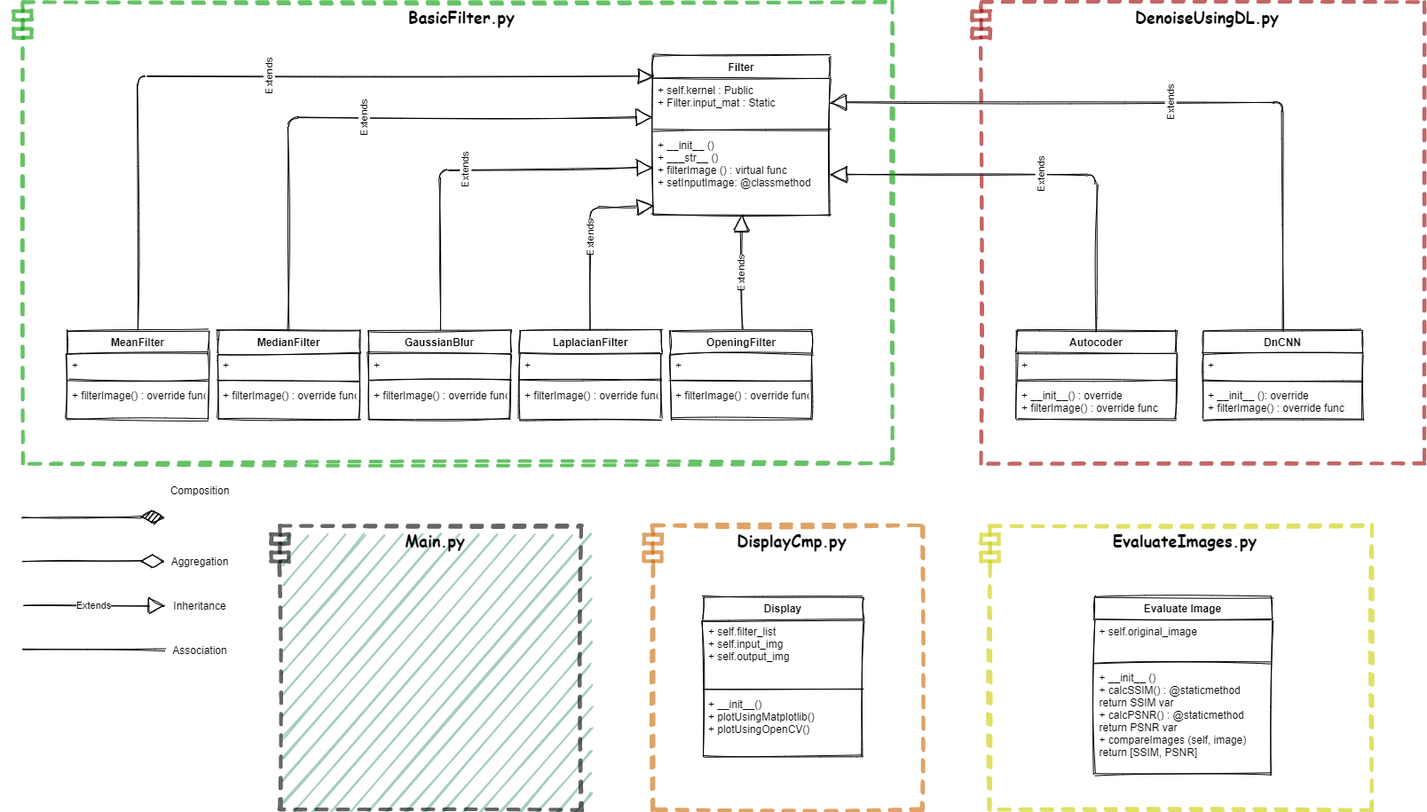
The draw.io diagram Resource/Class Diagram.png in Thai-VuDuc169/DenoisingImage, before a commit. Source tidied: cells renumbered, new cells last; positions are measured from the earlier drawing's top-left corner, leaving out a move shared by most shapes.
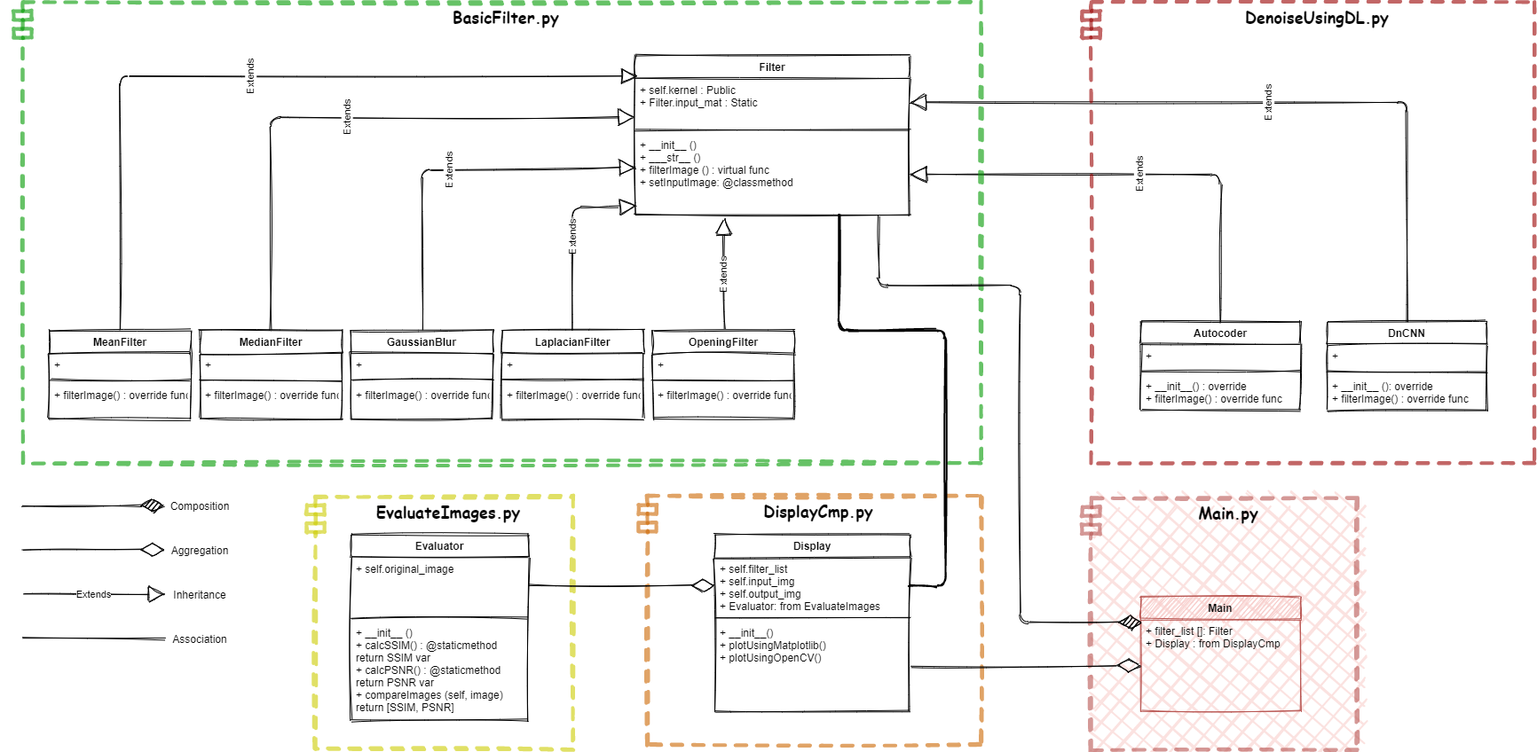
The same diagram one commit later.

The edit, as a diff of the source:
```diff
@@ -6,4 +6,4 @@
       <mxGeometry relative="1" as="geometry">
-        <mxPoint x="10" y="580" as="sourcePoint" />
-        <mxPoint x="170" y="580" as="targetPoint" />
+        <mxPoint x="26" y="565.5" as="sourcePoint" />
+        <mxPoint x="186" y="565.5" as="targetPoint" />
       </mxGeometry>
@@ -12,4 +12,4 @@
       <mxGeometry relative="1" as="geometry">
-        <mxPoint x="10" y="630" as="sourcePoint" />
-        <mxPoint x="170" y="630" as="targetPoint" />
+        <mxPoint x="26" y="615.5" as="sourcePoint" />
+        <mxPoint x="186" y="615.5" as="targetPoint" />
       </mxGeometry>
@@ -18,4 +18,4 @@
       <mxGeometry relative="1" as="geometry">
-        <mxPoint x="10" y="680" as="sourcePoint" />
-        <mxPoint x="170" y="680" as="targetPoint" />
+        <mxPoint x="26" y="665.5" as="sourcePoint" />
+        <mxPoint x="186" y="665.5" as="targetPoint" />
       </mxGeometry>
@@ -24,4 +24,4 @@
       <mxGeometry relative="1" as="geometry">
-        <mxPoint x="10" y="730" as="sourcePoint" />
-        <mxPoint x="170" y="730" as="targetPoint" />
+        <mxPoint x="26" y="715.5" as="sourcePoint" />
+        <mxPoint x="186" y="715.5" as="targetPoint" />
       </mxGeometry>
@@ -29,27 +29,27 @@
     <mxCell id="6" value="Composition" style="text;html=1;strokeColor=none;fillColor=none;align=center;verticalAlign=middle;whiteSpace=wrap;rounded=0;sketch=1;" parent="1" vertex="1">
-      <mxGeometry x="190" y="540" width="40" height="20" as="geometry" />
+      <mxGeometry x="206" y="555.5" width="40" height="20" as="geometry" />
     </mxCell>
     <mxCell id="7" value="Aggregation" style="text;html=1;strokeColor=none;fillColor=none;align=center;verticalAlign=middle;whiteSpace=wrap;rounded=0;sketch=1;" parent="1" vertex="1">
-      <mxGeometry x="190" y="620" width="40" height="20" as="geometry" />
+      <mxGeometry x="206" y="605.5" width="40" height="20" as="geometry" />
     </mxCell>
     <mxCell id="8" value="Inheritance" style="text;html=1;strokeColor=none;fillColor=none;align=center;verticalAlign=middle;whiteSpace=wrap;rounded=0;sketch=1;" parent="1" vertex="1">
-      <mxGeometry x="190" y="670" width="40" height="20" as="geometry" />
+      <mxGeometry x="206" y="655.5" width="40" height="20" as="geometry" />
     </mxCell>
     <mxCell id="9" value="Association" style="text;html=1;strokeColor=none;fillColor=none;align=center;verticalAlign=middle;whiteSpace=wrap;rounded=0;sketch=1;" parent="1" vertex="1">
-      <mxGeometry x="190" y="720" width="40" height="20" as="geometry" />
+      <mxGeometry x="206" y="705.5" width="40" height="20" as="geometry" />
     </mxCell>
     <mxCell id="10" value="Filter" style="swimlane;fontStyle=1;align=center;verticalAlign=top;horizontal=1;startSize=26;sketch=1;" parent="1" vertex="1">
-      <mxGeometry x="720" y="60" width="200" height="180" as="geometry" />
+      <mxGeometry x="716" y="58" width="310" height="180" as="geometry" />
     </mxCell>
     <mxCell id="11" value="+ self.kernel : Public&#10;+ Filter.input_mat : Static" style="text;strokeColor=none;fillColor=none;align=left;verticalAlign=top;spacingLeft=4;spacingRight=4;overflow=hidden;points=[[0,0.5],[1,0.5]];portConstraint=eastwest;sketch=1;" parent="10" vertex="1">
-      <mxGeometry y="26" width="200" height="54" as="geometry" />
+      <mxGeometry y="26" width="310" height="54" as="geometry" />
     </mxCell>
     <mxCell id="12" style="line;strokeWidth=1;fillColor=none;align=left;verticalAlign=middle;spacingTop=-1;spacingLeft=3;spacingRight=3;labelPosition=right;sketch=1;" parent="10" vertex="1">
-      <mxGeometry y="80" width="200" height="8" as="geometry" />
+      <mxGeometry y="80" width="310" height="8" as="geometry" />
     </mxCell>
     <mxCell id="13" value="+ __init__ ()&#10;+ ___str__ ()&#10;+ filterImage () : virtual func&#10;+ setInputImage: @classmethod" style="text;strokeColor=none;fillColor=none;align=left;verticalAlign=top;spacingLeft=4;spacingRight=4;overflow=hidden;points=[[0,0.5],[1,0.5]];portConstraint=eastwest;sketch=1;" parent="10" vertex="1">
-      <mxGeometry y="88" width="200" height="92" as="geometry" />
+      <mxGeometry y="88" width="310" height="92" as="geometry" />
     </mxCell>
     <mxCell id="14" value="MeanFilter" style="swimlane;fontStyle=1;align=center;verticalAlign=top;horizontal=1;startSize=26;sketch=1;" parent="1" vertex="1">
-      <mxGeometry x="60" y="370" width="160" height="100" as="geometry" />
+      <mxGeometry x="56" y="368" width="160" height="100" as="geometry" />
     </mxCell>
@@ -64,3 +64,3 @@
     </mxCell>
-    <mxCell id="18" value="Extends" style="endArrow=block;endSize=16;endFill=0;html=1;entryX=0.5;entryY=1;entryDx=0;entryDy=0;entryPerimeter=0;exitX=0.5;exitY=0;exitDx=0;exitDy=0;horizontal=0;rounded=1;shadow=0;sketch=1;" parent="1" edge="1" source="31" target="13">
+    <mxCell id="18" value="Extends" style="endArrow=block;endSize=16;endFill=0;html=1;entryX=0.323;entryY=1.042;entryDx=0;entryDy=0;entryPerimeter=0;exitX=0.5;exitY=0;exitDx=0;exitDy=0;horizontal=0;rounded=1;shadow=0;sketch=1;" parent="1" edge="1" source="31" target="13">
       <mxGeometry relative="1" as="geometry" />
@@ -68,3 +68,3 @@
     <mxCell id="19" value="MedianFilter" style="swimlane;fontStyle=1;align=center;verticalAlign=top;horizontal=1;startSize=26;sketch=1;" parent="1" vertex="1">
-      <mxGeometry x="230" y="370" width="160" height="100" as="geometry" />
+      <mxGeometry x="226" y="368" width="160" height="100" as="geometry" />
     </mxCell>
@@ -80,3 +80,3 @@
     <mxCell id="23" value="GaussianBlur" style="swimlane;fontStyle=1;align=center;verticalAlign=top;horizontal=1;startSize=26;sketch=1;" parent="1" vertex="1">
-      <mxGeometry x="400" y="370" width="160" height="100" as="geometry" />
+      <mxGeometry x="396" y="368" width="160" height="100" as="geometry" />
     </mxCell>
@@ -92,3 +92,3 @@
     <mxCell id="27" value="LaplacianFilter" style="swimlane;fontStyle=1;align=center;verticalAlign=top;horizontal=1;startSize=26;sketch=1;" parent="1" vertex="1">
-      <mxGeometry x="570" y="370" width="160" height="100" as="geometry" />
+      <mxGeometry x="566" y="368" width="160" height="100" as="geometry" />
     </mxCell>
@@ -104,3 +104,3 @@
     <mxCell id="31" value="OpeningFilter" style="swimlane;fontStyle=1;align=center;verticalAlign=top;horizontal=1;startSize=26;sketch=1;" parent="1" vertex="1">
-      <mxGeometry x="740" y="370" width="160" height="100" as="geometry" />
+      <mxGeometry x="736" y="368" width="160" height="100" as="geometry" />
     </mxCell>
@@ -116,3 +116,3 @@
     <mxCell id="35" value="Autocoder" style="swimlane;fontStyle=1;align=center;verticalAlign=top;horizontal=1;startSize=26;sketch=1;" parent="1" vertex="1">
-      <mxGeometry x="1130" y="370" width="180" height="100" as="geometry" />
+      <mxGeometry x="1286" y="358" width="180" height="100" as="geometry" />
     </mxCell>
@@ -130,3 +130,3 @@
         <Array as="points">
-          <mxPoint x="650" y="232" />
+          <mxPoint x="646" y="230" />
         </Array>
@@ -137,3 +137,3 @@
         <Array as="points">
-          <mxPoint x="480" y="189" />
+          <mxPoint x="476" y="187" />
         </Array>
@@ -144,3 +144,3 @@
         <Array as="points">
-          <mxPoint x="310" y="130" />
+          <mxPoint x="306" y="128" />
         </Array>
@@ -151,3 +151,3 @@
         <Array as="points">
-          <mxPoint x="140" y="83" />
+          <mxPoint x="136" y="81" />
         </Array>
@@ -156,3 +156,3 @@
     <mxCell id="43" value="DnCNN" style="swimlane;fontStyle=1;align=center;verticalAlign=top;horizontal=1;startSize=26;sketch=1;" parent="1" vertex="1">
-      <mxGeometry x="1340" y="370" width="180" height="100" as="geometry" />
+      <mxGeometry x="1496" y="358" width="180" height="100" as="geometry" />
     </mxCell>
@@ -170,3 +170,3 @@
         <Array as="points">
-          <mxPoint x="1220" y="194" />
+          <mxPoint x="1376" y="192" />
         </Array>
@@ -177,3 +177,3 @@
         <Array as="points">
-          <mxPoint x="1430" y="113" />
+          <mxPoint x="1586" y="111" />
         </Array>
@@ -181,41 +181,72 @@
     </mxCell>
-    <mxCell id="49" value="Evaluate Image" style="swimlane;fontStyle=1;align=center;verticalAlign=top;horizontal=1;startSize=26;sketch=1;" parent="1" vertex="1">
-      <mxGeometry x="1217.5" y="670" width="200" height="200" as="geometry" />
+    <mxCell id="49" value="Evaluator" style="swimlane;fontStyle=1;align=center;verticalAlign=top;horizontal=1;startSize=26;sketch=1;" parent="1" vertex="1">
+      <mxGeometry x="396" y="598" width="200" height="210" as="geometry" />
     </mxCell>
     <mxCell id="50" value="+ self.original_image" style="text;strokeColor=none;fillColor=none;align=left;verticalAlign=top;spacingLeft=4;spacingRight=4;overflow=hidden;points=[[0,0.5],[1,0.5]];portConstraint=eastwest;sketch=1;" parent="49" vertex="1">
-      <mxGeometry y="26" width="200" height="44" as="geometry" />
+      <mxGeometry y="26" width="200" height="64" as="geometry" />
     </mxCell>
     <mxCell id="51" style="line;strokeWidth=1;fillColor=none;align=left;verticalAlign=middle;spacingTop=-1;spacingLeft=3;spacingRight=3;labelPosition=right;sketch=1;" parent="49" vertex="1">
-      <mxGeometry y="70" width="200" height="8" as="geometry" />
+      <mxGeometry y="90" width="200" height="8" as="geometry" />
     </mxCell>
     <mxCell id="52" value="+ __init__ ()&#10;+ calcSSIM() : @staticmethod&#10;return SSIM var&#10;+ calcPSNR() : @staticmethod&#10;return PSNR var&#10;+ compareImages (self, image)&#10;return [SSIM, PSNR]" style="text;strokeColor=none;fillColor=none;align=left;verticalAlign=top;spacingLeft=4;spacingRight=4;overflow=hidden;sketch=1;" parent="49" vertex="1">
-      <mxGeometry y="78" width="200" height="122" as="geometry" />
+      <mxGeometry y="98" width="200" height="112" as="geometry" />
     </mxCell>
     <mxCell id="53" value="BasicFilter.py" style="shape=module;align=left;spacingLeft=20;align=center;verticalAlign=top;sketch=1;fillStyle=hachure;shadow=0;strokeWidth=4;dashed=1;perimeterSpacing=0;opacity=60;fontStyle=1;fontSize=18;fontFamily=Comic Sans MS;strokeColor=#009900;fillColor=none;" parent="1" vertex="1">
-      <mxGeometry width="990" height="520" as="geometry" />
+      <mxGeometry x="16" y="-2" width="1090" height="520" as="geometry" />
     </mxCell>
     <mxCell id="54" value="DenoiseUsingDL.py" style="shape=module;align=left;spacingLeft=20;align=center;verticalAlign=top;sketch=1;fillStyle=hachure;shadow=0;strokeWidth=4;dashed=1;perimeterSpacing=0;opacity=60;fontStyle=1;fontSize=18;fontFamily=Comic Sans MS;fillColor=none;strokeColor=#990000;" parent="1" vertex="1">
-      <mxGeometry x="1080" width="510" height="520" as="geometry" />
+      <mxGeometry x="1220" y="-2" width="510" height="520" as="geometry" />
     </mxCell>
     <mxCell id="55" value="EvaluateImages.py" style="shape=module;align=left;spacingLeft=20;align=center;verticalAlign=top;sketch=1;fillStyle=hachure;shadow=0;strokeWidth=4;dashed=1;perimeterSpacing=0;opacity=60;fontStyle=1;fontSize=18;fontFamily=Comic Sans MS;fillColor=none;strokeColor=#CCCC00;" parent="1" vertex="1">
-      <mxGeometry x="1090" y="590" width="440" height="320" as="geometry" />
+      <mxGeometry x="346" y="555.5" width="300" height="284.5" as="geometry" />
     </mxCell>
-    <mxCell id="56" value="Main.py" style="shape=module;align=left;spacingLeft=20;align=center;verticalAlign=top;sketch=1;fillStyle=hachure;shadow=0;strokeWidth=4;dashed=1;perimeterSpacing=0;opacity=60;fontStyle=1;fontSize=18;fontFamily=Comic Sans MS;fillColor=#67AB9F;" parent="1" vertex="1">
-      <mxGeometry x="290" y="590" width="350" height="320" as="geometry" />
+    <mxCell id="56" value="Main.py" style="shape=module;align=left;spacingLeft=20;align=center;verticalAlign=top;sketch=1;fillStyle=cross-hatch;shadow=0;strokeWidth=4;dashed=1;perimeterSpacing=0;opacity=60;fontStyle=1;fontSize=18;fontFamily=Comic Sans MS;fillColor=#f8cecc;strokeColor=#b85450;" parent="1" vertex="1">
+      <mxGeometry x="1220" y="557.2" width="310" height="284.5" as="geometry" />
     </mxCell>
     <mxCell id="57" value="Display" style="swimlane;fontStyle=1;align=center;verticalAlign=top;horizontal=1;startSize=26;sketch=1;" parent="1" vertex="1">
-      <mxGeometry x="776.9" y="670" width="180" height="180" as="geometry" />
+      <mxGeometry x="806" y="598" width="220" height="200" as="geometry" />
     </mxCell>
-    <mxCell id="58" value="+ self.filter_list &#10;+ self.input_img&#10;+ self.output_img " style="text;strokeColor=none;fillColor=none;align=left;verticalAlign=top;spacingLeft=4;spacingRight=4;overflow=hidden;points=[[0,0.5],[1,0.5]];portConstraint=eastwest;sketch=1;" parent="57" vertex="1">
-      <mxGeometry y="26" width="180" height="74" as="geometry" />
+    <mxCell id="58" value="+ self.filter_list &#10;+ self.input_img&#10;+ self.output_img &#10;+ Evaluator: from EvaluateImages " style="text;strokeColor=none;fillColor=none;align=left;verticalAlign=top;spacingLeft=4;spacingRight=4;overflow=hidden;points=[[0,0.5],[1,0.5]];portConstraint=eastwest;sketch=1;" parent="57" vertex="1">
+      <mxGeometry y="26" width="220" height="64" as="geometry" />
     </mxCell>
     <mxCell id="59" style="line;strokeWidth=1;fillColor=none;align=left;verticalAlign=middle;spacingTop=-1;spacingLeft=3;spacingRight=3;labelPosition=right;sketch=1;" parent="57" vertex="1">
-      <mxGeometry y="100" width="180" height="8" as="geometry" />
+      <mxGeometry y="90" width="220" height="8" as="geometry" />
     </mxCell>
     <mxCell id="60" value="+ __init__() &#10;+ plotUsingMatplotlib()&#10;+ plotUsingOpenCV()" style="text;strokeColor=none;fillColor=none;align=left;verticalAlign=top;spacingLeft=4;spacingRight=4;overflow=hidden;points=[[0,0.5],[1,0.5]];portConstraint=eastwest;sketch=1;" parent="57" vertex="1">
-      <mxGeometry y="108" width="180" height="72" as="geometry" />
+      <mxGeometry y="98" width="220" height="102" as="geometry" />
     </mxCell>
     <mxCell id="61" value="DisplayCmp.py" style="shape=module;align=left;spacingLeft=20;align=center;verticalAlign=top;sketch=1;fillStyle=hachure;shadow=0;strokeWidth=4;dashed=1;perimeterSpacing=0;opacity=60;fontStyle=1;fontSize=18;fontFamily=Comic Sans MS;fillColor=none;strokeColor=#CC6600;" parent="1" vertex="1">
-      <mxGeometry x="710" y="590" width="313.9" height="320" as="geometry" />
+      <mxGeometry x="720" y="555" width="386" height="280.2" as="geometry" />
     </mxCell>
+    <mxCell id="62" value="Main" style="swimlane;fontStyle=1;align=center;verticalAlign=top;horizontal=1;startSize=26;sketch=1;fillColor=#f8cecc;strokeColor=#b85450;" parent="1" vertex="1">
+      <mxGeometry x="1286" y="668" width="180" height="130" as="geometry" />
+    </mxCell>
+    <mxCell id="63" value="+ filter_list []: Filter&#10;+ Display : from DisplayCmp " style="text;strokeColor=none;fillColor=none;align=left;verticalAlign=top;spacingLeft=4;spacingRight=4;overflow=hidden;points=[[0,0.5],[1,0.5]];portConstraint=eastwest;sketch=1;" parent="62" vertex="1">
+      <mxGeometry y="26" width="180" height="104" as="geometry" />
+    </mxCell>
+    <mxCell id="64" style="endArrow=diamondThin;endFill=1;endSize=24;html=1;rounded=1;shadow=0;sketch=1;entryX=0.01;entryY=0.032;entryDx=0;entryDy=0;entryPerimeter=0;exitX=0.889;exitY=1.017;exitDx=0;exitDy=0;exitPerimeter=0;" parent="1" edge="1" source="13" target="63">
+      <mxGeometry relative="1" as="geometry">
+        <Array as="points">
+          <mxPoint x="990" y="318" />
+          <mxPoint x="1150" y="318" />
+          <mxPoint x="1150" y="697" />
+        </Array>
+      </mxGeometry>
+    </mxCell>
+    <mxCell id="65" style="endArrow=diamondThin;endFill=0;endSize=24;html=1;rounded=1;shadow=0;sketch=1;exitX=1;exitY=0.5;exitDx=0;exitDy=0;entryX=0;entryY=0.5;entryDx=0;entryDy=0;" parent="1" edge="1" source="50" target="58">
+      <mxGeometry relative="1" as="geometry" />
+    </mxCell>
+    <mxCell id="66" style="endArrow=diamondThin;endFill=0;endSize=24;html=1;rounded=1;shadow=0;sketch=1;entryX=0;entryY=0.5;entryDx=0;entryDy=0;exitX=1;exitY=0.5;exitDx=0;exitDy=0;" parent="1" edge="1" source="60" target="63">
+      <mxGeometry relative="1" as="geometry" />
+    </mxCell>
+    <mxCell id="67" style="endArrow=none;startArrow=none;endFill=0;startFill=0;endSize=8;html=1;verticalAlign=bottom;labelBackgroundColor=none;strokeWidth=2;rounded=1;sketch=1;entryX=1;entryY=0.5;entryDx=0;entryDy=0;" parent="1" edge="1" target="58">
+      <mxGeometry relative="1" as="geometry">
+        <mxPoint x="946" y="238" as="sourcePoint" />
+        <Array as="points">
+          <mxPoint x="946" y="368" />
+          <mxPoint x="1066" y="368" />
+          <mxPoint x="1066" y="656" />
+        </Array>
+      </mxGeometry>
+    </mxCell>
   </root>
```
